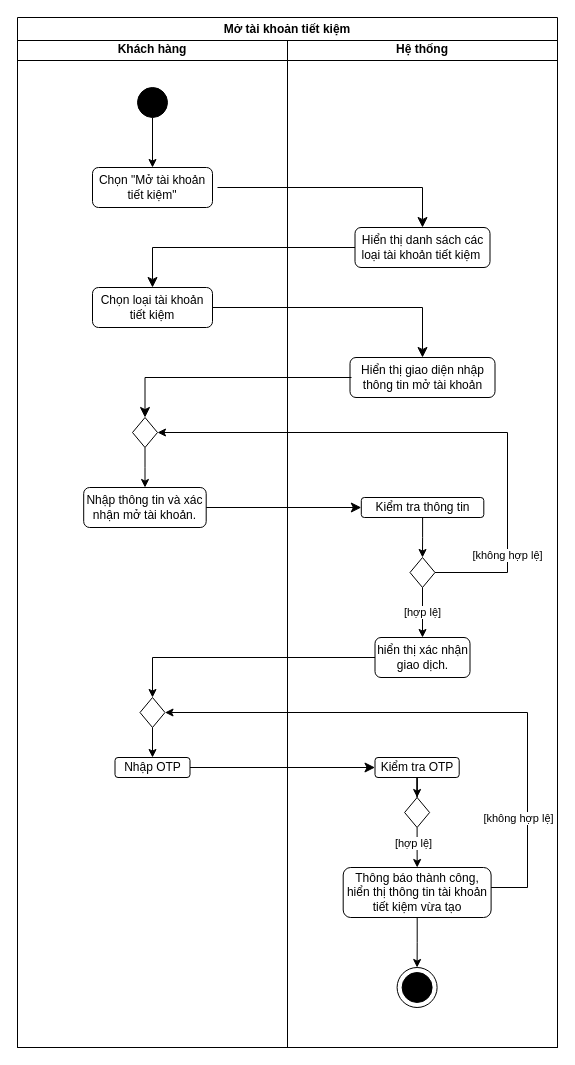
Above: uml/activity7.drawio in HoangDucBach/bghc (draw.io), before the change. Source tidied: cells renumbered, new cells numbered last; positions are measured from the earlier drawing's top-left corner, leaving out a move shared by most shapes. Both pictures are drawn from the tidied source at 100%, with x=0, y=0 at pixel (17, 17).
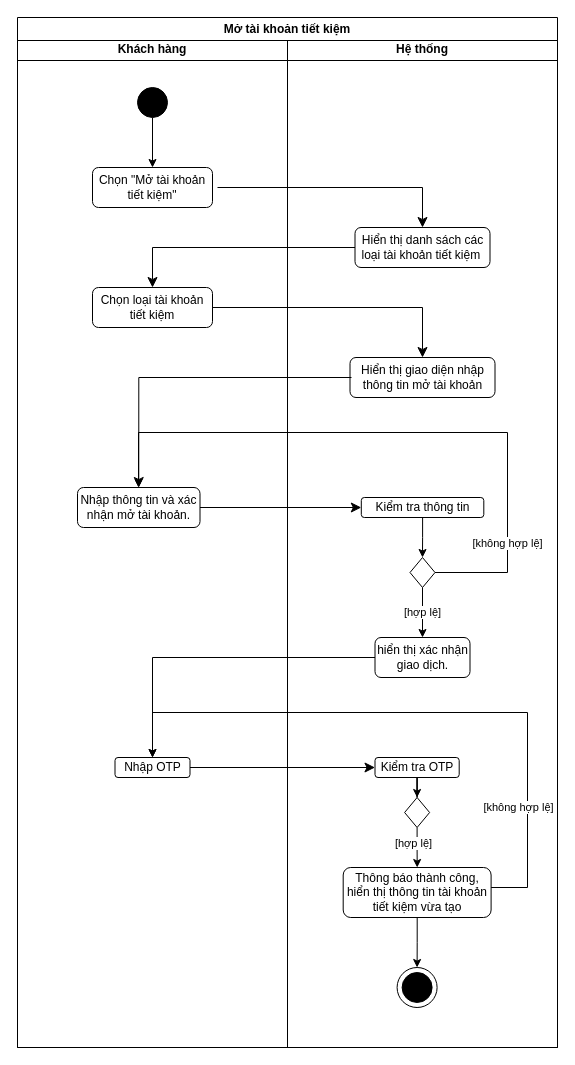
The same page after the edit.

Commit message:
fix(uml): activity 7

Unchanged cells that the change refers to:
```xml
<mxCell id="4" value="Khách hàng" style="swimlane;whiteSpace=wrap;html=1;" parent="1" vertex="1">
  <mxGeometry y="20" width="270" height="1010" as="geometry" />
</mxCell>
<mxCell id="8" value="Nhập OTP" style="rounded=1;whiteSpace=wrap;html=1;fontSize=12;glass=0;strokeWidth=1;shadow=0;" parent="4" vertex="1">
  <mxGeometry x="97.5" y="720" width="75" height="20" as="geometry" />
</mxCell>
<mxCell id="14" value="Hệ thống" style="swimlane;whiteSpace=wrap;html=1;" parent="1" vertex="1">
  <mxGeometry x="270" y="20" width="270" height="1010" as="geometry" />
</mxCell>
<mxCell id="20" value="hiển thị xác nhận giao dịch." style="rounded=1;whiteSpace=wrap;html=1;fontSize=12;glass=0;strokeWidth=1;shadow=0;" parent="14" vertex="1">
  <mxGeometry x="87.5" y="600" width="95" height="40" as="geometry" />
</mxCell>
<mxCell id="30" value="Thông báo thành công, hiển thị thông tin tài khoản tiết kiệm vừa tạo" style="rounded=1;whiteSpace=wrap;html=1;fontSize=12;glass=0;strokeWidth=1;shadow=0;" parent="14" vertex="1">
  <mxGeometry x="55.7" y="830" width="147.9" height="50" as="geometry" />
</mxCell>
<mxCell id="40" value="Mở tài khoản tiết kiệm" style="swimlane;whiteSpace=wrap;html=1;" parent="1" vertex="1">
  <mxGeometry width="540" height="1030" as="geometry" />
</mxCell>
```

The edit, as a diff of the source:
```diff
@@
-    <mxCell id="7" value="Nhập thông tin và xác nhận mở tài khoản." style="rounded=1;whiteSpace=wrap;html=1;fontSize=12;glass=0;strokeWidth=1;shadow=0;" parent="4" vertex="1">
-      <mxGeometry x="66.2" y="450" width="122.5" height="40" as="geometry" />
-    </mxCell>
@@
-    <mxCell id="9" style="edgeStyle=orthogonalEdgeStyle;rounded=0;jettySize=auto;html=1;" parent="4" edge="1" source="10" target="7">
-      <mxGeometry relative="1" as="geometry" />
-    </mxCell>
-    <mxCell id="10" style="rhombus;whiteSpace=wrap;html=1;" parent="4" vertex="1">
-      <mxGeometry x="115" y="380" width="25" height="30" as="geometry" />
-    </mxCell>
-    <mxCell id="11" value="[không hợp lệ]" style="edgeStyle=orthogonalEdgeStyle;rounded=0;orthogonalLoop=1;jettySize=auto;html=1;entryX=1;entryY=0.5;entryDx=0;entryDy=0;" parent="4" edge="1">
+    <mxCell id="11" value="[không hợp lệ]" style="edgeStyle=orthogonalEdgeStyle;rounded=0;jettySize=auto;html=1;" parent="4" edge="1" target="7">
       <mxGeometry x="-0.68" relative="1" as="geometry">
         <mxPoint x="417.5" y="535" as="sourcePoint" />
-        <mxPoint x="140" y="395" as="targetPoint" />
         <Array as="points">
           <mxPoint x="490" y="535" />
           <mxPoint x="490" y="395" />
+          <mxPoint x="121" y="395" />
         </Array>
       </mxGeometry>
     </mxCell>
-    <mxCell id="12" style="edgeStyle=orthogonalEdgeStyle;rounded=0;jettySize=auto;html=1;" parent="4" edge="1" source="13" target="8">
-      <mxGeometry relative="1" as="geometry" />
-    </mxCell>
-    <mxCell id="13" style="rhombus;whiteSpace=wrap;html=1;" parent="4" vertex="1">
-      <mxGeometry x="122.5" y="660" width="25" height="30" as="geometry" />
-    </mxCell>
@@
-    <mxCell id="19" style="edgeStyle=segmentEdgeStyle;endArrow=classic;html=1;curved=0;rounded=0;endSize=8;startSize=8;exitX=0;exitY=0.5;exitDx=0;exitDy=0;entryX=0.5;entryY=0;entryDx=0;entryDy=0;" parent="14" edge="1" target="10">
+    <mxCell id="19" style="edgeStyle=segmentEdgeStyle;endArrow=classic;html=1;curved=0;rounded=0;endSize=8;startSize=8;exitX=0;exitY=0.5;exitDx=0;exitDy=0;entryX=0.5;entryY=0;entryDx=0;entryDy=0;" parent="14" edge="1" target="7">
       <mxGeometry relative="1" as="geometry">
         <mxPoint x="64" y="340" as="sourcePoint" />
       </mxGeometry>
     </mxCell>
@@
-    <mxCell id="37" style="edgeStyle=orthogonalEdgeStyle;rounded=0;jettySize=auto;html=1;" parent="1" edge="1" source="20" target="13">
+    <mxCell id="37" style="edgeStyle=orthogonalEdgeStyle;rounded=0;jettySize=auto;html=1;entryX=0.5;entryY=0;entryDx=0;entryDy=0;" parent="1" edge="1" source="20" target="8">
       <mxGeometry relative="1" as="geometry" />
     </mxCell>
-    <mxCell id="38" style="edgeStyle=orthogonalEdgeStyle;rounded=0;jettySize=auto;html=1;entryX=1;entryY=0.5;entryDx=0;entryDy=0;" parent="1" edge="1" source="30" target="13">
+    <mxCell id="38" style="edgeStyle=orthogonalEdgeStyle;rounded=0;jettySize=auto;html=1;" parent="1" edge="1" source="30" target="8">
       <mxGeometry relative="1" as="geometry">
         <Array as="points">
           <mxPoint x="510" y="870" />
           <mxPoint x="510" y="695" />
+          <mxPoint x="135" y="695" />
         </Array>
       </mxGeometry>
     </mxCell>
@@
+    <mxCell id="7" value="Nhập thông tin và xác nhận mở tài khoản." style="rounded=1;whiteSpace=wrap;html=1;fontSize=12;glass=0;strokeWidth=1;shadow=0;" parent="40" vertex="1">
+      <mxGeometry x="60" y="470" width="122.5" height="40" as="geometry" />
+    </mxCell>
```
